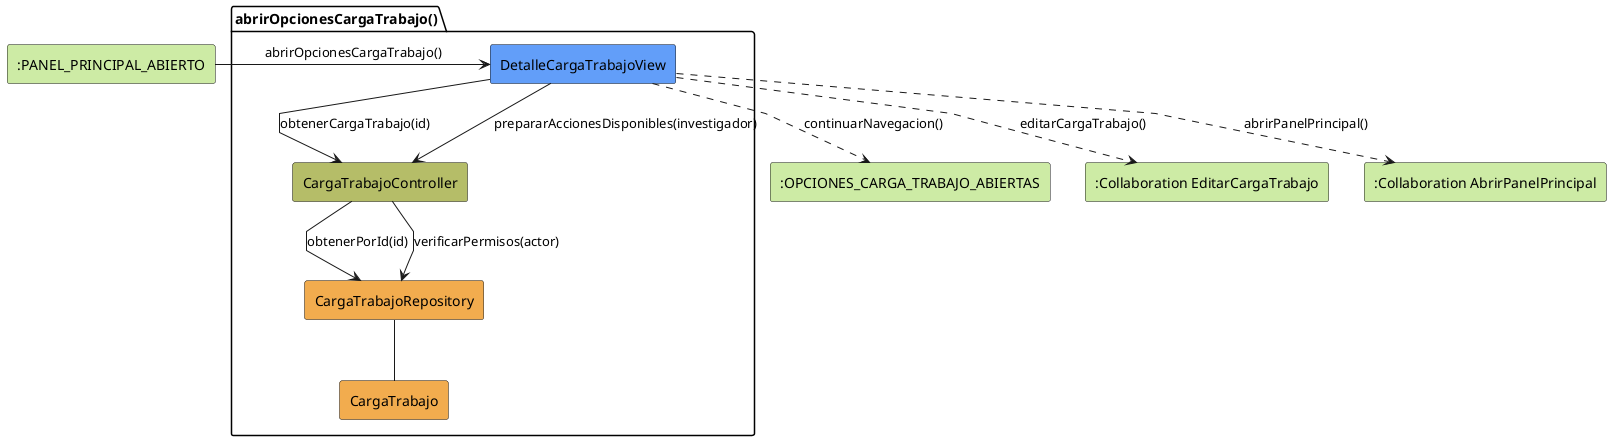
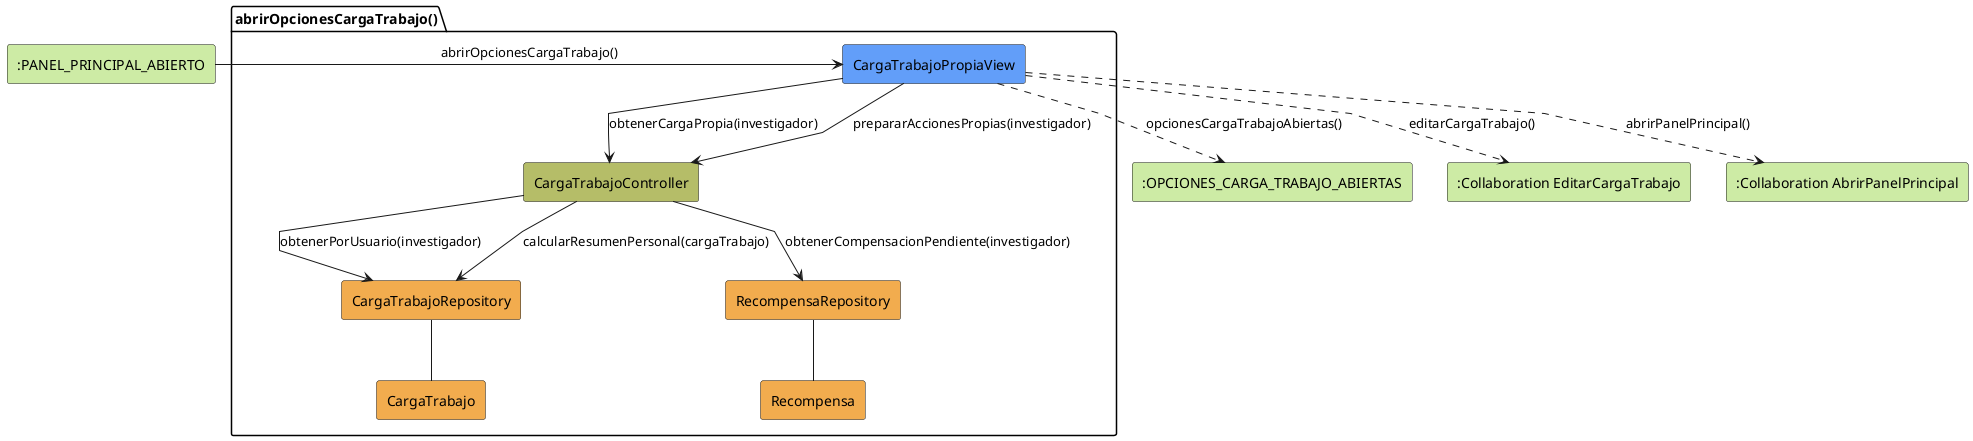
@startuml abrirOpcionesCargaTrabajo-analisis
skinparam linetype polyline

rectangle #CDEBA5 ":PANEL_PRINCIPAL_ABIERTO" as EstadoEntrada
package abrirOpcionesCargaTrabajo as "abrirOpcionesCargaTrabajo()" {
-     rectangle #629EF9 DetalleCargaTrabajoView
+     rectangle #629EF9 CargaTrabajoPropiaView
    rectangle #b5bd68 CargaTrabajoController
    rectangle #F2AC4E CargaTrabajoRepository
+     rectangle #F2AC4E RecompensaRepository
    rectangle #F2AC4E CargaTrabajo
+     rectangle #F2AC4E Recompensa
}

rectangle #CDEBA5 ":OPCIONES_CARGA_TRABAJO_ABIERTAS" as EstadoSalida
rectangle #CDEBA5 ":Collaboration EditarCargaTrabajo" as EditarCargaTrabajo
rectangle #CDEBA5 ":Collaboration AbrirPanelPrincipal" as AbrirPanelPrincipal

- EstadoEntrada -r-> DetalleCargaTrabajoView: abrirOpcionesCargaTrabajo()
+ EstadoEntrada -r-> CargaTrabajoPropiaView: abrirOpcionesCargaTrabajo()

- DetalleCargaTrabajoView -d-> CargaTrabajoController: obtenerCargaTrabajo(id)
- DetalleCargaTrabajoView --> CargaTrabajoController: prepararAccionesDisponibles(investigador)
- CargaTrabajoController --> CargaTrabajoRepository: obtenerPorId(id)
- CargaTrabajoController --> CargaTrabajoRepository: verificarPermisos(actor)
+ CargaTrabajoPropiaView -d-> CargaTrabajoController: obtenerCargaPropia(investigador)
+ CargaTrabajoPropiaView --> CargaTrabajoController: prepararAccionesPropias(investigador)
+ CargaTrabajoController --> CargaTrabajoRepository: obtenerPorUsuario(investigador)
+ CargaTrabajoController --> CargaTrabajoRepository: calcularResumenPersonal(cargaTrabajo)
+ CargaTrabajoController --> RecompensaRepository: obtenerCompensacionPendiente(investigador)
CargaTrabajoRepository -- CargaTrabajo
- DetalleCargaTrabajoView ..> EstadoSalida: continuarNavegacion()
- DetalleCargaTrabajoView ..> EditarCargaTrabajo: editarCargaTrabajo()
- DetalleCargaTrabajoView ..> AbrirPanelPrincipal: abrirPanelPrincipal()
+ RecompensaRepository -- Recompensa
+ CargaTrabajoPropiaView ..> EstadoSalida: opcionesCargaTrabajoAbiertas()
+ CargaTrabajoPropiaView ..> EditarCargaTrabajo: editarCargaTrabajo()
+ CargaTrabajoPropiaView ..> AbrirPanelPrincipal: abrirPanelPrincipal()

@enduml
